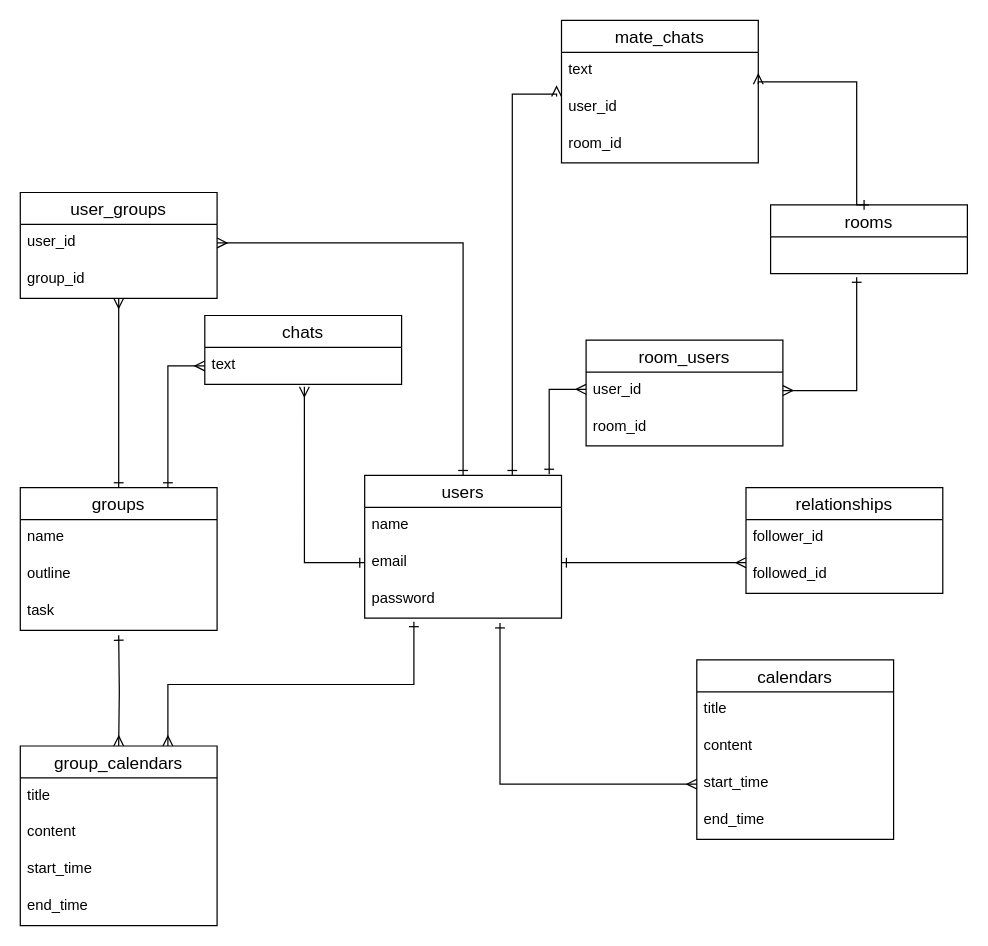
The draw.io diagram group_calendar_er.dio in yamaday0u/group_calendar, before the edit. Source tidied: cells renumbered, new cells numbered last; positions are measured from the earlier drawing's top-left corner, leaving out a move shared by most shapes. Both pictures are drawn from the tidied source at 123%, with x=0, y=0 at pixel (20, 20).
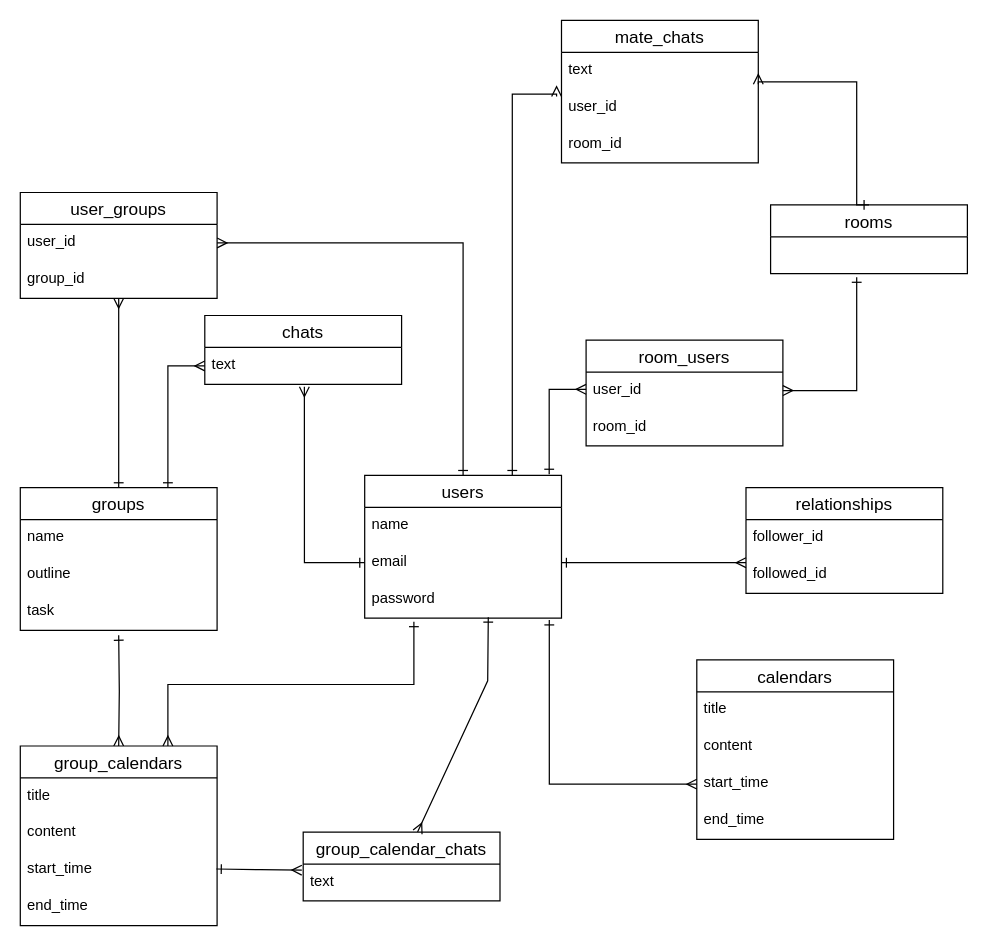
The same page after the edit.

The change refers to these unchanged cells:
```xml
<mxCell id="5" value="password" style="text;strokeColor=none;fillColor=none;spacingLeft=4;spacingRight=4;overflow=hidden;points=[[0,0.5],[1,0.5]];portConstraint=eastwest;fontSize=12;" parent="2" vertex="1">
  <mxGeometry y="86" width="160" height="30" as="geometry" />
</mxCell>
<mxCell id="14" value="start_time" style="text;strokeColor=none;fillColor=none;spacingLeft=4;spacingRight=4;overflow=hidden;points=[[0,0.5],[1,0.5]];portConstraint=eastwest;fontSize=12;" parent="11" vertex="1">
  <mxGeometry y="86" width="160" height="30" as="geometry" />
</mxCell>
<mxCell id="26" value="group_calendars" style="swimlane;fontStyle=0;horizontal=1;startSize=26;align=center;fontSize=14;" parent="1" vertex="1">
  <mxGeometry y="590" width="160" height="146" as="geometry" />
</mxCell>
```

Diff of the diagram source:
```diff
@@
-    <mxCell id="21" style="edgeStyle=orthogonalEdgeStyle;rounded=0;jettySize=auto;html=1;entryX=0;entryY=0.5;entryDx=0;entryDy=0;endArrow=ERmany;endFill=0;startArrow=ERone;startFill=0;" parent="1" edge="1" target="14">
+    <mxCell id="21" style="edgeStyle=orthogonalEdgeStyle;rounded=0;jettySize=auto;html=1;entryX=0;entryY=0.5;entryDx=0;entryDy=0;endArrow=ERmany;endFill=0;startArrow=ERone;startFill=0;exitX=0.938;exitY=1.052;exitDx=0;exitDy=0;exitPerimeter=0;" parent="1" edge="1" source="5" target="14">
       <mxGeometry relative="1" as="geometry">
-        <mxPoint x="390" y="490" as="sourcePoint" />
         <Array as="points">
-          <mxPoint x="390" y="490" />
-          <mxPoint x="390" y="621" />
+          <mxPoint x="430" y="621" />
         </Array>
       </mxGeometry>
     </mxCell>
@@
+    <mxCell id="48" style="edgeStyle=orthogonalEdgeStyle;rounded=0;jettySize=auto;html=1;entryX=-0.007;entryY=0.167;entryDx=0;entryDy=0;endArrow=ERmany;endFill=0;startArrow=ERone;startFill=0;entryPerimeter=0;" parent="26" edge="1" target="50">
+      <mxGeometry relative="1" as="geometry">
+        <mxPoint x="159.4" y="100" as="sourcePoint" />
+      </mxGeometry>
+    </mxCell>
@@
+    <mxCell id="49" value="group_calendar_chats" style="swimlane;fontStyle=0;horizontal=1;startSize=26;align=center;fontSize=14;" parent="1" vertex="1">
+      <mxGeometry x="230" y="660" width="160" height="56" as="geometry" />
+    </mxCell>
+    <mxCell id="50" value="text" style="text;strokeColor=none;fillColor=none;spacingLeft=4;spacingRight=4;overflow=hidden;points=[[0,0.5],[1,0.5]];portConstraint=eastwest;fontSize=12;" parent="49" vertex="1">
+      <mxGeometry y="26" width="160" height="30" as="geometry" />
+    </mxCell>
+    <mxCell id="51" style="endArrow=ERmany;html=1;endFill=0;startArrow=ERone;startFill=0;rounded=0;exitX=0.628;exitY=0.978;exitDx=0;exitDy=0;exitPerimeter=0;" parent="1" edge="1" source="5" target="49">
+      <mxGeometry relative="1" as="geometry">
+        <Array as="points">
+          <mxPoint x="380" y="537" />
+        </Array>
+      </mxGeometry>
+    </mxCell>
```
